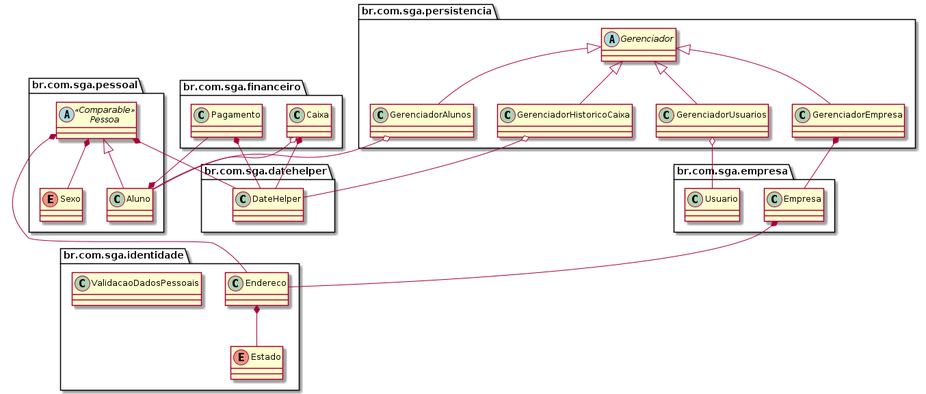
botelhocpp/SGA keeps this PlantUML diagram as doc/uml/sga.png. Above is the earlier version.
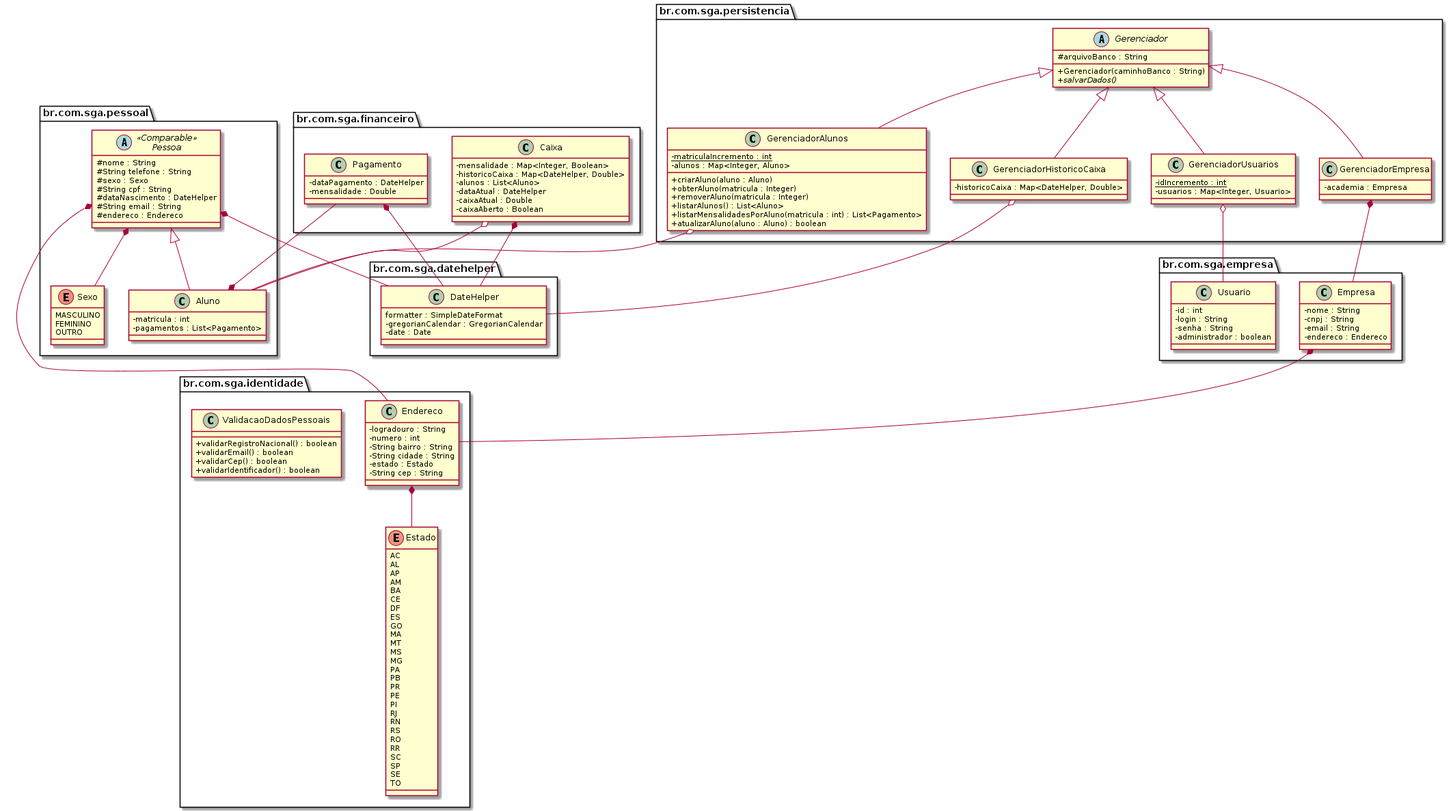
After the change.

What changed in the source:
```diff
@@ -5,43 +5,91 @@
 package br.com.sga.datehelper <<Folder>> {
 
      class DateHelper {
-
+          formatter : SimpleDateFormat
+          -gregorianCalendar : GregorianCalendar
+          -date : Date
      }
 }
 
 package br.com.sga.empresa <<Folder>> {
      class Empresa {
-
+          -nome : String
+          -cnpj : String
+          -email : String
+          -endereco : Endereco
      }
 
      class Usuario {
-
+          -id : int
+          -login : String
+          -senha : String
+          -administrador : boolean
      }
 }
 
 package br.com.sga.financeiro <<Folder>> {
 
      class Caixa {
-
+          -mensalidade : Map<Integer, Boolean>
+          -historicoCaixa : Map<DateHelper, Double>
+          -alunos : List<Aluno>
+          -dataAtual : DateHelper
+          -caixaAtual : Double
+          -caixaAberto : Boolean
      }
 
      class Pagamento {
-
+          -dataPagamento : DateHelper
+          -mensalidade : Double
      }
 }
 
 package br.com.sga.identidade <<Folder>> {
 
      class Endereco {
-
+          -logradouro : String
+          -numero : int
+          -String bairro : String
+          -String cidade : String
+          -estado : Estado
+          -String cep : String
      }
 
      enum Estado {
-
+          AC
+          AL
+          AP
+          AM
+          BA
+          CE
+          DF
+          ES
+          GO
+          MA
+          MT
+          MS
+          MG
+          PA
+          PB
+          PR
+          PE
+          PI
+          RJ
+          RN
+          RS
+          RO
+          RR
+          SC
+          SP
+          SE
+          TO
      }
 
      class ValidacaoDadosPessoais {
-
+          +validarRegistroNacional() : boolean
+          +validarEmail() : boolean
+          +validarCep() : boolean
+          +validarIdentificador() : boolean
      }
 
 }
@@ -49,23 +97,33 @@
 package br.com.sga.persistencia <<Folder>> {
 
      abstract class Gerenciador {
-
+          #arquivoBanco : String
+          +Gerenciador(caminhoBanco : String)
+          +{abstract}salvarDados()
      }
 
      class GerenciadorAlunos {
-
+          -{static}matriculaIncremento : int
+          -alunos : Map<Integer, Aluno>
+          +criarAluno(aluno : Aluno)
+          +obterAluno(matricula : Integer)
+          +removerAluno(matricula : Integer)
+          +listarAlunos() : List<Aluno>
+          +listarMensalidadesPorAluno(matricula : int) : List<Pagamento>
+          +atualizarAluno(aluno : Aluno) : boolean
      }
 
      class GerenciadorEmpresa {
-
+          -academia : Empresa
      }
 
      class GerenciadorHistoricoCaixa {
-
+          -historicoCaixa : Map<DateHelper, Double>
      }
 
      class GerenciadorUsuarios {
-
+          -{static}idIncremento : int
+          -usuarios : Map<Integer, Usuario>
      }
 
 }
@@ -73,15 +131,24 @@
 package br.com.sga.pessoal <<Folder>> {
 
      abstract class Pessoa <<Comparable>> {
-
+          #nome : String
+          #String telefone : String
+          #sexo : Sexo
+          #String cpf : String
+          #dataNascimento : DateHelper
+          #String email : String
+          #endereco : Endereco
      }
 
      class Aluno extends Pessoa {
-
+          -matricula : int
+          -pagamentos : List<Pagamento>
      }
 
      enum Sexo {
-
+          MASCULINO
+          FEMININO
+          OUTRO
      }
 }
 
```
